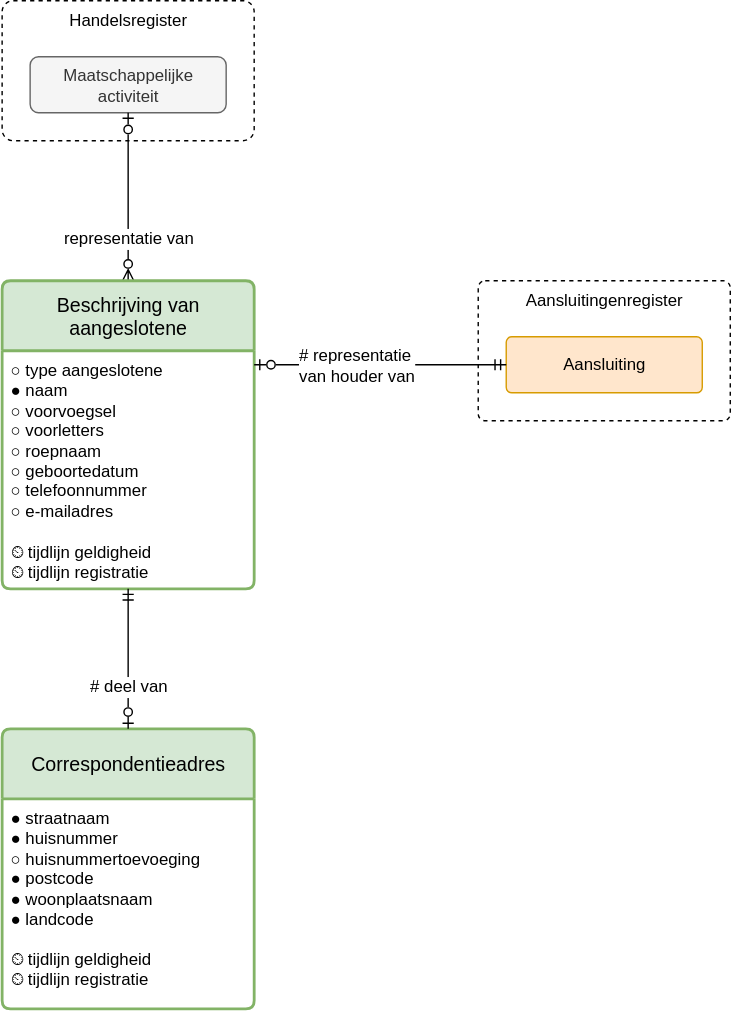
sefanja/nbnl-conceptuele-informatiemodellen keeps this draw.io diagram as modellen/registers/aangeslotenenregister/1.0.0/model.drawio.svg. Above is the earlier version. Source tidied: cells renumbered, new cells last; positions are measured from the earlier drawing's top-left corner, leaving out a move shared by most shapes.
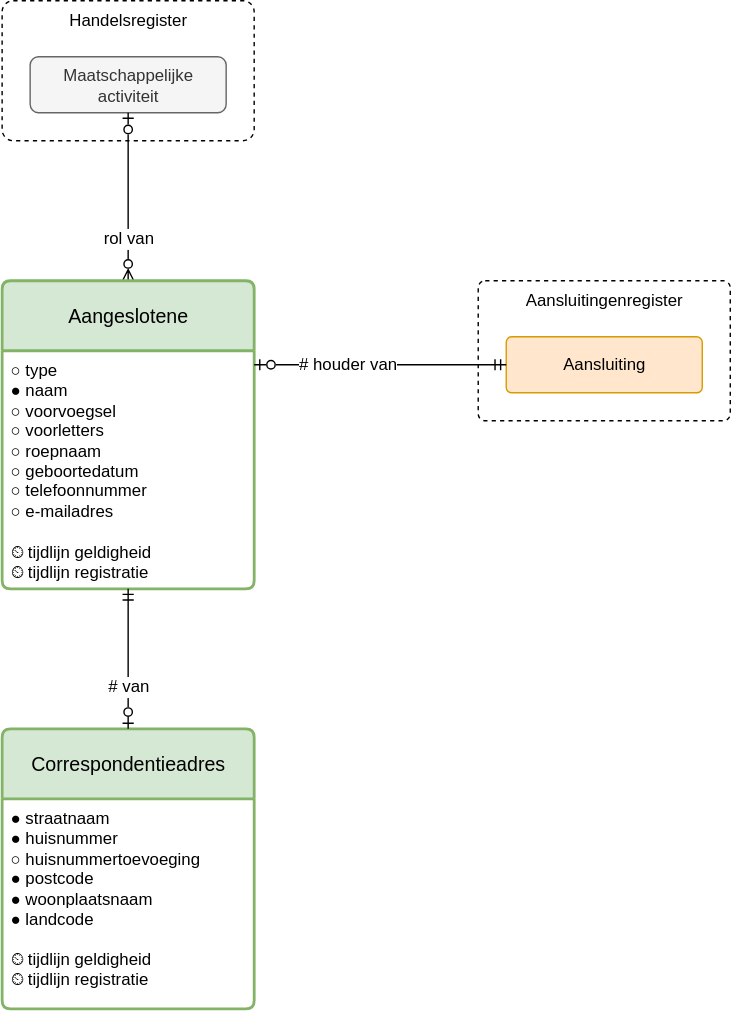
Above is the later version.

What changed in the source:
```diff
@@ -11,13 +11,13 @@
     <mxCell id="4" value="Maatschappelijke activiteit" style="rounded=1;whiteSpace=wrap;html=1;fillColor=#f5f5f5;fontColor=#333333;strokeColor=#666666;" parent="1" vertex="1">
       <mxGeometry x="20" y="40" width="140" height="40" as="geometry" />
     </mxCell>
-    <mxCell id="5" value="representatie&amp;nbsp;&lt;span style=&quot;background-color: light-dark(#ffffff, var(--ge-dark-color, #121212)); color: light-dark(rgb(0, 0, 0), rgb(255, 255, 255));&quot;&gt;van&lt;/span&gt;" style="fontSize=12;html=1;endArrow=ERzeroToOne;startArrow=ERzeroToMany;rounded=0;endFill=0;startFill=0;elbow=vertical;align=center;" parent="1" edge="1" source="6" target="4">
+    <mxCell id="5" value="rol van" style="fontSize=12;html=1;endArrow=ERzeroToOne;startArrow=ERzeroToMany;rounded=0;endFill=0;startFill=0;elbow=vertical;align=center;" parent="1" edge="1" source="6" target="4">
       <mxGeometry x="-0.5" relative="1" as="geometry" />
     </mxCell>
-    <mxCell id="6" value="&lt;div&gt;&lt;span style=&quot;background-color: transparent; color: light-dark(rgb(0, 0, 0), rgb(255, 255, 255));&quot;&gt;Beschrijving van aangeslotene&lt;/span&gt;&lt;/div&gt;" style="swimlane;horizontal=1;startSize=50;rounded=1;fontSize=14;fontStyle=0;strokeWidth=2;shadow=0;dashed=0;align=center;arcSize=4;whiteSpace=wrap;html=1;fillColor=#d5e8d4;strokeColor=#82b366;" parent="1" vertex="1">
+    <mxCell id="6" value="&lt;div&gt;&lt;span style=&quot;background-color: transparent; color: light-dark(rgb(0, 0, 0), rgb(255, 255, 255));&quot;&gt;Aangeslotene&lt;/span&gt;&lt;/div&gt;" style="swimlane;horizontal=1;startSize=50;rounded=1;fontSize=14;fontStyle=0;strokeWidth=2;shadow=0;dashed=0;align=center;arcSize=4;whiteSpace=wrap;html=1;fillColor=#d5e8d4;strokeColor=#82b366;" parent="1" vertex="1">
       <mxGeometry y="200" width="180" height="220" as="geometry" />
     </mxCell>
-    <mxCell id="7" value="&lt;div&gt;○ type aangeslotene&lt;/div&gt;&lt;div&gt;● naam&lt;/div&gt;&lt;div&gt;&lt;div&gt;&lt;span style=&quot;background-color: transparent; color: light-dark(rgb(0, 0, 0), rgb(255, 255, 255));&quot;&gt;○ voorvoegsel&lt;/span&gt;&lt;/div&gt;&lt;/div&gt;&lt;div&gt;○ voorletters&lt;/div&gt;&lt;div&gt;○ roepnaam&lt;/div&gt;&lt;div&gt;○ geboortedatum&lt;/div&gt;&lt;div&gt;&lt;span style=&quot;background-color: transparent; color: light-dark(rgb(0, 0, 0), rgb(255, 255, 255));&quot;&gt;○ telefoonnummer&lt;/span&gt;&lt;/div&gt;&lt;div&gt;&lt;div&gt;○ e-mailadres&lt;/div&gt;&lt;/div&gt;&lt;div&gt;&lt;br&gt;&lt;/div&gt;&lt;div&gt;⏲ tijdlijn geldigheid&lt;/div&gt;&lt;div&gt;⏲ tijdlijn registratie&lt;/div&gt;" style="align=left;strokeColor=none;fillColor=none;spacingLeft=4;spacingRight=4;fontSize=12;verticalAlign=top;html=1;whiteSpace=wrap;" parent="6" vertex="1">
+    <mxCell id="7" value="&lt;div&gt;○ type&lt;/div&gt;&lt;div&gt;● naam&lt;/div&gt;&lt;div&gt;&lt;div&gt;&lt;span style=&quot;background-color: transparent; color: light-dark(rgb(0, 0, 0), rgb(255, 255, 255));&quot;&gt;○ voorvoegsel&lt;/span&gt;&lt;/div&gt;&lt;/div&gt;&lt;div&gt;○ voorletters&lt;/div&gt;&lt;div&gt;○ roepnaam&lt;/div&gt;&lt;div&gt;○ geboortedatum&lt;/div&gt;&lt;div&gt;&lt;span style=&quot;background-color: transparent; color: light-dark(rgb(0, 0, 0), rgb(255, 255, 255));&quot;&gt;○ telefoonnummer&lt;/span&gt;&lt;/div&gt;&lt;div&gt;&lt;div&gt;○ e-mailadres&lt;/div&gt;&lt;/div&gt;&lt;div&gt;&lt;br&gt;&lt;/div&gt;&lt;div&gt;⏲ tijdlijn geldigheid&lt;/div&gt;&lt;div&gt;⏲ tijdlijn registratie&lt;/div&gt;" style="align=left;strokeColor=none;fillColor=none;spacingLeft=4;spacingRight=4;fontSize=12;verticalAlign=top;html=1;whiteSpace=wrap;" parent="6" vertex="1">
       <mxGeometry y="50" width="180" height="170" as="geometry" />
     </mxCell>
     <mxCell id="8" value="&lt;div&gt;Correspondentieadres&lt;/div&gt;" style="swimlane;horizontal=1;startSize=50;rounded=1;fontSize=14;fontStyle=0;strokeWidth=2;shadow=0;dashed=0;align=center;arcSize=4;whiteSpace=wrap;html=1;fillColor=#d5e8d4;strokeColor=#82b366;" parent="1" vertex="1">
@@ -26,13 +26,13 @@
     <mxCell id="9" value="&lt;div&gt;&lt;span style=&quot;background-color: transparent; color: light-dark(rgb(0, 0, 0), rgb(255, 255, 255));&quot;&gt;●&lt;/span&gt;&amp;nbsp;straatnaam&lt;/div&gt;&lt;div&gt;&lt;span style=&quot;background-color: transparent; color: light-dark(rgb(0, 0, 0), rgb(255, 255, 255));&quot;&gt;●&lt;/span&gt;&amp;nbsp;huisnummer&lt;/div&gt;&lt;div&gt;○ huisnummertoevoeging&lt;/div&gt;&lt;div&gt;&lt;span style=&quot;background-color: transparent; color: light-dark(rgb(0, 0, 0), rgb(255, 255, 255));&quot;&gt;●&lt;/span&gt;&amp;nbsp;postcode&lt;/div&gt;&lt;div&gt;&lt;span style=&quot;background-color: transparent; color: light-dark(rgb(0, 0, 0), rgb(255, 255, 255));&quot;&gt;●&lt;/span&gt;&amp;nbsp;woonplaatsnaam&lt;/div&gt;&lt;div&gt;&lt;span style=&quot;background-color: transparent; color: light-dark(rgb(0, 0, 0), rgb(255, 255, 255));&quot;&gt;●&lt;/span&gt;&amp;nbsp;landcode&lt;/div&gt;&lt;div&gt;&lt;br&gt;&lt;/div&gt;&lt;div&gt;⏲ tijdlijn geldigheid&lt;/div&gt;&lt;div&gt;⏲ tijdlijn registratie&lt;/div&gt;" style="align=left;strokeColor=none;fillColor=none;spacingLeft=4;spacingRight=4;fontSize=12;verticalAlign=top;html=1;whiteSpace=wrap;" parent="8" vertex="1">
       <mxGeometry y="50" width="180" height="150" as="geometry" />
     </mxCell>
-    <mxCell id="10" value="# deel van" style="edgeStyle=elbowEdgeStyle;fontSize=12;html=1;endArrow=ERmandOne;startArrow=ERzeroToOne;rounded=0;endFill=0;startFill=0;align=center;" parent="1" edge="1" source="8" target="6">
+    <mxCell id="10" value="# van" style="edgeStyle=elbowEdgeStyle;fontSize=12;html=1;endArrow=ERmandOne;startArrow=ERzeroToOne;rounded=0;endFill=0;startFill=0;align=center;" parent="1" edge="1" source="8" target="6">
       <mxGeometry x="-0.4" relative="1" as="geometry" />
     </mxCell>
     <mxCell id="11" value="Aansluiting" style="rounded=1;arcSize=10;whiteSpace=wrap;html=1;align=center;fillColor=#ffe6cc;strokeColor=#d79b00;" parent="1" vertex="1">
       <mxGeometry x="360" y="240" width="140" height="40" as="geometry" />
     </mxCell>
-    <mxCell id="12" value="# representatie&lt;div&gt;van houder van&lt;/div&gt;" style="edgeStyle=elbowEdgeStyle;fontSize=12;html=1;endArrow=ERmandOne;startArrow=ERzeroToOne;rounded=0;endFill=0;startFill=0;elbow=vertical;align=left;" parent="1" edge="1" source="6" target="11">
+    <mxCell id="12" value="#&amp;nbsp;&lt;span style=&quot;background-color: light-dark(#ffffff, var(--ge-dark-color, #121212)); color: light-dark(rgb(0, 0, 0), rgb(255, 255, 255));&quot;&gt;houder van&lt;/span&gt;" style="edgeStyle=elbowEdgeStyle;fontSize=12;html=1;endArrow=ERmandOne;startArrow=ERzeroToOne;rounded=0;endFill=0;startFill=0;elbow=vertical;align=left;" parent="1" edge="1" source="6" target="11">
       <mxGeometry x="-0.67" relative="1" as="geometry" />
     </mxCell>
   </root>
```
